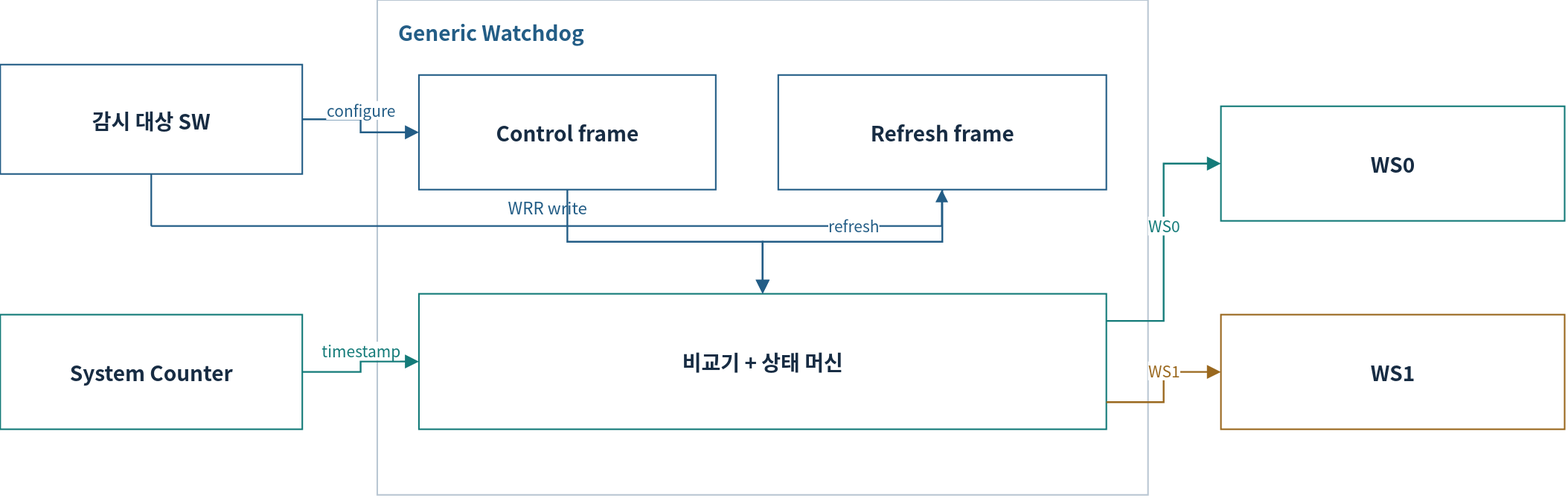
Above: doc/phase1/watchdog/diagrams/01-hardware.drawio.svg in cometzero/project-apollo (draw.io), before the change. Source tidied: cells renumbered, new cells last; positions are measured from the earlier drawing's top-left corner, leaving out a move shared by most shapes.
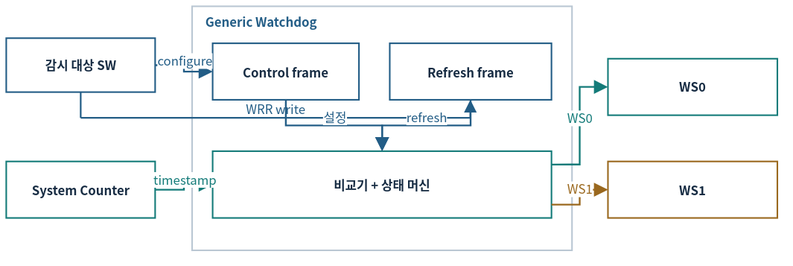
The same diagram one commit later.

Diff of the diagram source:
```diff
@@ -2,80 +2,80 @@
   <root>
     <mxCell id="0" />
     <mxCell id="1" parent="0" />
-    <mxCell id="2" style="rounded=0;whiteSpace=wrap;html=1;fillColor=#FFFFFF;strokeWidth=1.5;fontFamily=Noto Sans CJK KR;fontSize=18;spacing=12;fontColor=#172C43;strokeColor=#BAC7D3;" parent="1" vertex="1">
-      <mxGeometry x="362" width="740" height="475" as="geometry" />
+    <mxCell id="2" style="rounded=0;whiteSpace=wrap;html=1;fillColor=#FFFFFF;strokeWidth=1.5;fontFamily=Noto Sans CJK KR;fontColor=#172C43;strokeColor=#BAC7D3;fontSize=12;spacing=3;whiteSpace=wrap;" parent="1" vertex="1">
+      <mxGeometry x="142.3" y="-36" width="364.6" height="234" as="geometry" />
     </mxCell>
-    <mxCell id="3" value="Generic Watchdog" style="rounded=0;whiteSpace=wrap;html=1;fillColor=#FFFFFF;strokeWidth=1.5;fontFamily=Noto Sans CJK KR;fontSize=18;spacing=12;fontColor=#172C43;strokeColor=none;fillColor=none;spacing=0;align=left;verticalAlign=middle;fontSize=19;fontColor=#235D86;fontStyle=1;fontSize=20;fontStyle=1;" parent="1" vertex="1">
-      <mxGeometry x="382" y="14" width="700" height="32" as="geometry" />
+    <mxCell id="3" value="Generic Watchdog" style="rounded=0;whiteSpace=wrap;html=1;fillColor=#FFFFFF;strokeWidth=1.5;fontFamily=Noto Sans CJK KR;fontColor=#172C43;strokeColor=none;fillColor=none;align=left;verticalAlign=middle;fontColor=#235D86;fontStyle=1;fontStyle=1;fontSize=12;spacing=3;whiteSpace=wrap;" parent="1" vertex="1">
+      <mxGeometry x="152.2" y="-29.1" width="344.9" height="15.8" as="geometry" />
     </mxCell>
-    <mxCell id="4" value="감시 대상 SW" style="rounded=0;whiteSpace=wrap;html=1;fillColor=#FFFFFF;strokeWidth=1.5;fontFamily=Noto Sans CJK KR;fontSize=18;spacing=12;fontColor=#172C43;strokeColor=#235D86;fontSize=20;fontStyle=1;" parent="1" vertex="1">
-      <mxGeometry y="62" width="290" height="105" as="geometry" />
+    <mxCell id="4" value="감시 대상 SW" style="rounded=0;whiteSpace=wrap;html=1;fillColor=#FFFFFF;strokeWidth=1.5;fontFamily=Noto Sans CJK KR;fontColor=#172C43;strokeColor=#235D86;fontStyle=1;fontSize=12;spacing=3;whiteSpace=wrap;" parent="1" vertex="1">
+      <mxGeometry x="-36" y="-5.5" width="142.9" height="51.7" as="geometry" />
     </mxCell>
-    <mxCell id="5" value="Control frame" style="rounded=0;whiteSpace=wrap;html=1;fillColor=#FFFFFF;strokeWidth=1.5;fontFamily=Noto Sans CJK KR;fontSize=18;spacing=12;fontColor=#172C43;strokeColor=#235D86;fontSize=20;fontStyle=1;" parent="1" vertex="1">
-      <mxGeometry x="402" y="72" width="285" height="110" as="geometry" />
+    <mxCell id="5" value="Control frame" style="rounded=0;whiteSpace=wrap;html=1;fillColor=#FFFFFF;strokeWidth=1.5;fontFamily=Noto Sans CJK KR;fontColor=#172C43;strokeColor=#235D86;fontStyle=1;fontSize=12;spacing=3;whiteSpace=wrap;" parent="1" vertex="1">
+      <mxGeometry x="162.1" y="-0.5" width="140.4" height="54.2" as="geometry" />
     </mxCell>
-    <mxCell id="6" value="Refresh frame" style="rounded=0;whiteSpace=wrap;html=1;fillColor=#FFFFFF;strokeWidth=1.5;fontFamily=Noto Sans CJK KR;fontSize=18;spacing=12;fontColor=#172C43;strokeColor=#235D86;fontSize=20;fontStyle=1;" parent="1" vertex="1">
-      <mxGeometry x="747" y="72" width="315" height="110" as="geometry" />
+    <mxCell id="6" value="Refresh frame" style="rounded=0;whiteSpace=wrap;html=1;fillColor=#FFFFFF;strokeWidth=1.5;fontFamily=Noto Sans CJK KR;fontColor=#172C43;strokeColor=#235D86;fontStyle=1;fontSize=12;spacing=3;whiteSpace=wrap;" parent="1" vertex="1">
+      <mxGeometry x="332" y="-0.5" width="155.2" height="54.2" as="geometry" />
     </mxCell>
-    <mxCell id="7" value="System Counter" style="rounded=0;whiteSpace=wrap;html=1;fillColor=#FFFFFF;strokeWidth=1.5;fontFamily=Noto Sans CJK KR;fontSize=18;spacing=12;fontColor=#172C43;strokeColor=#147B79;fontSize=20;fontStyle=1;" parent="1" vertex="1">
-      <mxGeometry y="302" width="290" height="110" as="geometry" />
+    <mxCell id="7" value="System Counter" style="rounded=0;whiteSpace=wrap;html=1;fillColor=#FFFFFF;strokeWidth=1.5;fontFamily=Noto Sans CJK KR;fontColor=#172C43;strokeColor=#147B79;fontStyle=1;fontSize=12;spacing=3;whiteSpace=wrap;" parent="1" vertex="1">
+      <mxGeometry x="-36" y="112.8" width="142.9" height="54.2" as="geometry" />
     </mxCell>
-    <mxCell id="8" value="비교기 + 상태 머신" style="rounded=0;whiteSpace=wrap;html=1;fillColor=#FFFFFF;strokeWidth=1.5;fontFamily=Noto Sans CJK KR;fontSize=18;spacing=12;fontColor=#172C43;strokeColor=#147B79;fontSize=20;fontStyle=1;" parent="1" vertex="1">
-      <mxGeometry x="402" y="282" width="660" height="130" as="geometry" />
+    <mxCell id="8" value="비교기 + 상태 머신" style="rounded=0;whiteSpace=wrap;html=1;fillColor=#FFFFFF;strokeWidth=1.5;fontFamily=Noto Sans CJK KR;fontColor=#172C43;strokeColor=#147B79;fontStyle=1;fontSize=12;spacing=3;whiteSpace=wrap;" parent="1" vertex="1">
+      <mxGeometry x="162.1" y="102.9" width="325.2" height="64" as="geometry" />
     </mxCell>
-    <mxCell id="9" value="WS0" style="rounded=0;whiteSpace=wrap;html=1;fillColor=#FFFFFF;strokeWidth=1.5;fontFamily=Noto Sans CJK KR;fontSize=18;spacing=12;fontColor=#172C43;strokeColor=#147B79;fontSize=20;fontStyle=1;" parent="1" vertex="1">
-      <mxGeometry x="1172" y="102" width="330" height="110" as="geometry" />
+    <mxCell id="9" value="WS0" style="rounded=0;whiteSpace=wrap;html=1;fillColor=#FFFFFF;strokeWidth=1.5;fontFamily=Noto Sans CJK KR;fontColor=#172C43;strokeColor=#147B79;fontStyle=1;fontSize=12;spacing=3;whiteSpace=wrap;" parent="1" vertex="1">
+      <mxGeometry x="541.4" y="14.2" width="162.6" height="54.2" as="geometry" />
     </mxCell>
-    <mxCell id="10" value="WS1" style="rounded=0;whiteSpace=wrap;html=1;fillColor=#FFFFFF;strokeWidth=1.5;fontFamily=Noto Sans CJK KR;fontSize=18;spacing=12;fontColor=#172C43;strokeColor=#9A681E;fontSize=20;fontStyle=1;" parent="1" vertex="1">
-      <mxGeometry x="1172" y="302" width="330" height="110" as="geometry" />
+    <mxCell id="10" value="WS1" style="rounded=0;whiteSpace=wrap;html=1;fillColor=#FFFFFF;strokeWidth=1.5;fontFamily=Noto Sans CJK KR;fontColor=#172C43;strokeColor=#9A681E;fontStyle=1;fontSize=12;spacing=3;whiteSpace=wrap;" parent="1" vertex="1">
+      <mxGeometry x="541.4" y="112.8" width="162.6" height="54.2" as="geometry" />
     </mxCell>
-    <mxCell id="11" value="configure" style="html=1;whiteSpace=nowrap;edgeStyle=orthogonalEdgeStyle;rounded=0;endArrow=block;endSize=9;strokeWidth=1.7;strokeColor=#235D86;fontColor=#235D86;fontFamily=Noto Sans CJK KR;fontSize=15;labelBackgroundColor=#FFFFFF;" parent="1" edge="1" source="4" target="5">
+    <mxCell id="11" value="configure" style="html=1;edgeStyle=orthogonalEdgeStyle;rounded=0;endArrow=block;endSize=9;strokeWidth=1.7;strokeColor=#235D86;fontColor=#235D86;fontFamily=Noto Sans CJK KR;labelBackgroundColor=#FFFFFF;fontSize=12;spacing=3;whiteSpace=nowrap;" parent="1" edge="1" source="4" target="5">
       <mxGeometry relative="1" as="geometry">
-        <mxPoint y="-16" as="offset" />
+        <mxPoint y="-7.9" as="offset" />
       </mxGeometry>
     </mxCell>
-    <mxCell id="12" style="html=1;whiteSpace=nowrap;edgeStyle=none;endArrow=none;endSize=8;strokeWidth=1.6;strokeColor=#235D86;fontColor=#235D86;fontFamily=Noto Sans CJK KR;fontSize=16;labelBackgroundColor=#FFFFFF;dashed=0;" parent="1" edge="1">
+    <mxCell id="12" style="html=1;edgeStyle=none;endArrow=none;endSize=8;strokeWidth=1.6;strokeColor=#235D86;fontColor=#235D86;fontFamily=Noto Sans CJK KR;labelBackgroundColor=#FFFFFF;dashed=0;fontSize=12;spacing=3;whiteSpace=nowrap;" parent="1" edge="1">
       <mxGeometry relative="1" as="geometry">
-        <mxPoint x="145" y="167" as="sourcePoint" />
-        <mxPoint x="145" y="217" as="targetPoint" />
+        <mxPoint x="35.4" y="46.3" as="sourcePoint" />
+        <mxPoint x="35.4" y="70.9" as="targetPoint" />
       </mxGeometry>
     </mxCell>
-    <mxCell id="13" value="WRR write" style="html=1;whiteSpace=nowrap;edgeStyle=none;endArrow=none;endSize=8;strokeWidth=1.6;strokeColor=#235D86;fontColor=#235D86;fontFamily=Noto Sans CJK KR;fontSize=16;labelBackgroundColor=#FFFFFF;dashed=0;" parent="1" edge="1">
+    <mxCell id="13" value="WRR write" style="html=1;edgeStyle=none;endArrow=none;endSize=8;strokeWidth=1.6;strokeColor=#235D86;fontColor=#235D86;fontFamily=Noto Sans CJK KR;labelBackgroundColor=#FFFFFF;dashed=0;fontSize=12;spacing=3;whiteSpace=nowrap;" parent="1" edge="1">
       <mxGeometry relative="1" as="geometry">
-        <mxPoint x="145" y="217" as="sourcePoint" />
-        <mxPoint x="904" y="217" as="targetPoint" />
-        <mxPoint y="-18" as="offset" />
+        <mxPoint x="35.4" y="70.9" as="sourcePoint" />
+        <mxPoint x="409.4" y="70.9" as="targetPoint" />
+        <mxPoint y="-8.9" as="offset" />
       </mxGeometry>
     </mxCell>
-    <mxCell id="14" style="html=1;whiteSpace=nowrap;edgeStyle=none;endArrow=block;endSize=8;strokeWidth=1.6;strokeColor=#235D86;fontColor=#235D86;fontFamily=Noto Sans CJK KR;fontSize=16;labelBackgroundColor=#FFFFFF;dashed=0;" parent="1" edge="1">
+    <mxCell id="14" style="html=1;edgeStyle=none;endArrow=block;endSize=8;strokeWidth=1.6;strokeColor=#235D86;fontColor=#235D86;fontFamily=Noto Sans CJK KR;labelBackgroundColor=#FFFFFF;dashed=0;fontSize=12;spacing=3;whiteSpace=nowrap;" parent="1" edge="1">
       <mxGeometry relative="1" as="geometry">
-        <mxPoint x="904" y="217" as="sourcePoint" />
-        <mxPoint x="904" y="182" as="targetPoint" />
+        <mxPoint x="409.4" y="70.9" as="sourcePoint" />
+        <mxPoint x="409.4" y="53.7" as="targetPoint" />
       </mxGeometry>
     </mxCell>
-    <mxCell id="15" value="timestamp" style="html=1;whiteSpace=nowrap;edgeStyle=orthogonalEdgeStyle;rounded=0;endArrow=block;endSize=9;strokeWidth=1.7;strokeColor=#147B79;fontColor=#147B79;fontFamily=Noto Sans CJK KR;fontSize=15;labelBackgroundColor=#FFFFFF;" parent="1" edge="1" source="7" target="8">
+    <mxCell id="15" value="timestamp" style="html=1;edgeStyle=orthogonalEdgeStyle;rounded=0;endArrow=block;endSize=9;strokeWidth=1.7;strokeColor=#147B79;fontColor=#147B79;fontFamily=Noto Sans CJK KR;labelBackgroundColor=#FFFFFF;fontSize=12;spacing=3;whiteSpace=nowrap;" parent="1" edge="1" source="7" target="8">
       <mxGeometry relative="1" as="geometry">
-        <mxPoint y="-16" as="offset" />
+        <mxPoint y="-7.9" as="offset" />
       </mxGeometry>
     </mxCell>
-    <mxCell id="16" style="html=1;whiteSpace=nowrap;edgeStyle=orthogonalEdgeStyle;rounded=0;endArrow=block;endSize=9;strokeWidth=1.7;strokeColor=#235D86;fontColor=#235D86;fontFamily=Noto Sans CJK KR;fontSize=15;labelBackgroundColor=#FFFFFF;" parent="1" edge="1" source="5" target="8">
+    <mxCell id="16" value="설정" style="html=1;edgeStyle=orthogonalEdgeStyle;rounded=0;endArrow=block;endSize=9;strokeWidth=1.7;strokeColor=#235D86;fontColor=#235D86;fontFamily=Noto Sans CJK KR;labelBackgroundColor=#FFFFFF;fontSize=12;spacing=3;whiteSpace=nowrap;" parent="1" edge="1" source="5" target="8">
       <mxGeometry relative="1" as="geometry">
-        <mxPoint y="-16" as="offset" />
+        <mxPoint y="-7.9" as="offset" />
       </mxGeometry>
     </mxCell>
-    <mxCell id="17" value="refresh" style="html=1;whiteSpace=nowrap;edgeStyle=orthogonalEdgeStyle;rounded=0;endArrow=block;endSize=9;strokeWidth=1.7;strokeColor=#235D86;fontColor=#235D86;fontFamily=Noto Sans CJK KR;fontSize=15;labelBackgroundColor=#FFFFFF;" parent="1" edge="1" source="6" target="8">
+    <mxCell id="17" value="refresh" style="html=1;edgeStyle=orthogonalEdgeStyle;rounded=0;endArrow=block;endSize=9;strokeWidth=1.7;strokeColor=#235D86;fontColor=#235D86;fontFamily=Noto Sans CJK KR;labelBackgroundColor=#FFFFFF;fontSize=12;spacing=3;whiteSpace=nowrap;" parent="1" edge="1" source="6" target="8">
       <mxGeometry relative="1" as="geometry">
-        <mxPoint y="-16" as="offset" />
+        <mxPoint y="-7.9" as="offset" />
       </mxGeometry>
     </mxCell>
-    <mxCell id="18" value="WS0" style="html=1;whiteSpace=nowrap;edgeStyle=orthogonalEdgeStyle;rounded=0;endArrow=block;endSize=9;strokeWidth=1.7;strokeColor=#147B79;fontColor=#147B79;fontFamily=Noto Sans CJK KR;fontSize=15;labelBackgroundColor=#FFFFFF;exitX=1;exitY=0.2;entryX=0;entryY=0.5;" parent="1" edge="1" source="8" target="9">
+    <mxCell id="18" value="WS0" style="html=1;edgeStyle=orthogonalEdgeStyle;rounded=0;endArrow=block;endSize=9;strokeWidth=1.7;strokeColor=#147B79;fontColor=#147B79;fontFamily=Noto Sans CJK KR;labelBackgroundColor=#FFFFFF;exitX=1;exitY=0.2;entryX=0;entryY=0.5;fontSize=12;spacing=3;whiteSpace=nowrap;" parent="1" edge="1" source="8" target="9">
       <mxGeometry relative="1" as="geometry">
-        <mxPoint y="-16" as="offset" />
+        <mxPoint y="-7.9" as="offset" />
       </mxGeometry>
     </mxCell>
-    <mxCell id="19" value="WS1" style="html=1;whiteSpace=nowrap;edgeStyle=orthogonalEdgeStyle;rounded=0;endArrow=block;endSize=9;strokeWidth=1.7;strokeColor=#9A681E;fontColor=#9A681E;fontFamily=Noto Sans CJK KR;fontSize=15;labelBackgroundColor=#FFFFFF;exitX=1;exitY=0.8;entryX=0;entryY=0.5;" parent="1" edge="1" source="8" target="10">
+    <mxCell id="19" value="WS1" style="html=1;edgeStyle=orthogonalEdgeStyle;rounded=0;endArrow=block;endSize=9;strokeWidth=1.7;strokeColor=#9A681E;fontColor=#9A681E;fontFamily=Noto Sans CJK KR;labelBackgroundColor=#FFFFFF;exitX=1;exitY=0.8;entryX=0;entryY=0.5;fontSize=12;spacing=3;whiteSpace=nowrap;" parent="1" edge="1" source="8" target="10">
       <mxGeometry relative="1" as="geometry">
-        <mxPoint y="-16" as="offset" />
+        <mxPoint y="-7.9" as="offset" />
       </mxGeometry>
     </mxCell>
   </root>
```
